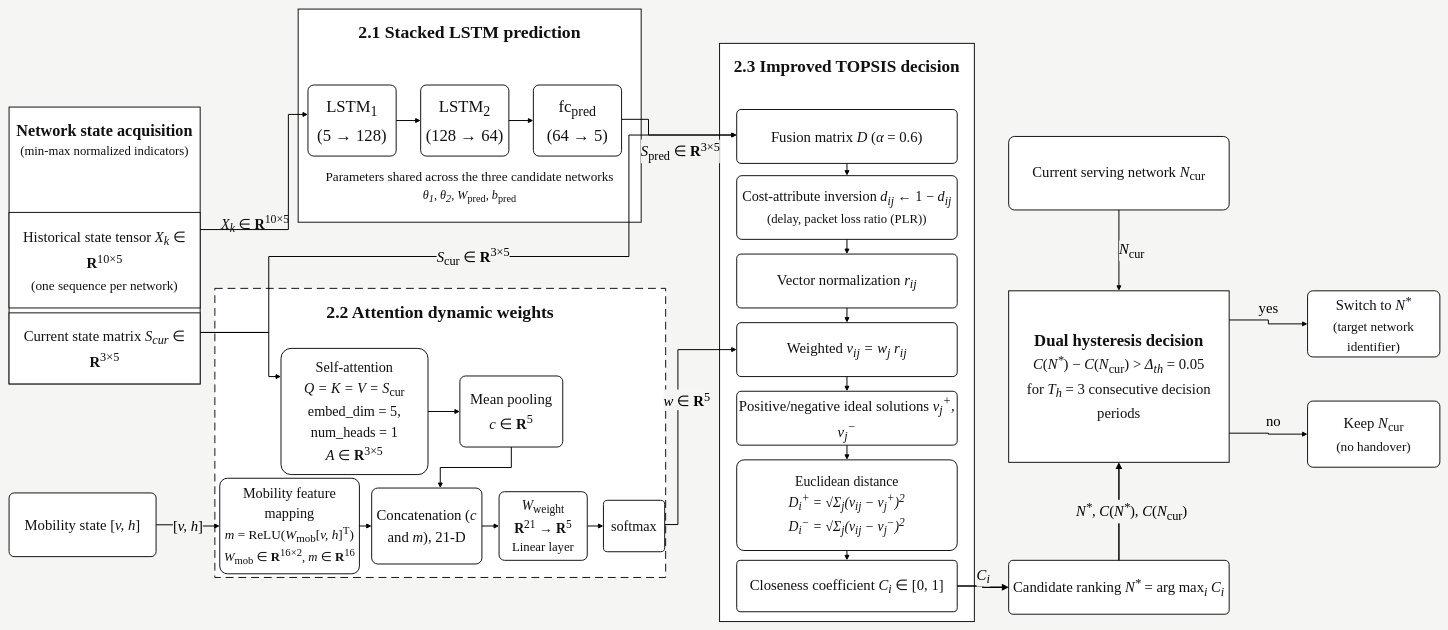
The draw.io diagram deliverables/laavha_algorithm_framework_en.drawio in chiyikouxian/LAAVHA, before the edit. Source tidied: cells renumbered, new cells numbered last; positions are measured from the earlier drawing's top-left corner, leaving out a move shared by most shapes. Both pictures are drawn from the tidied source at 49%, with x=0, y=0 at pixel (9, 9).
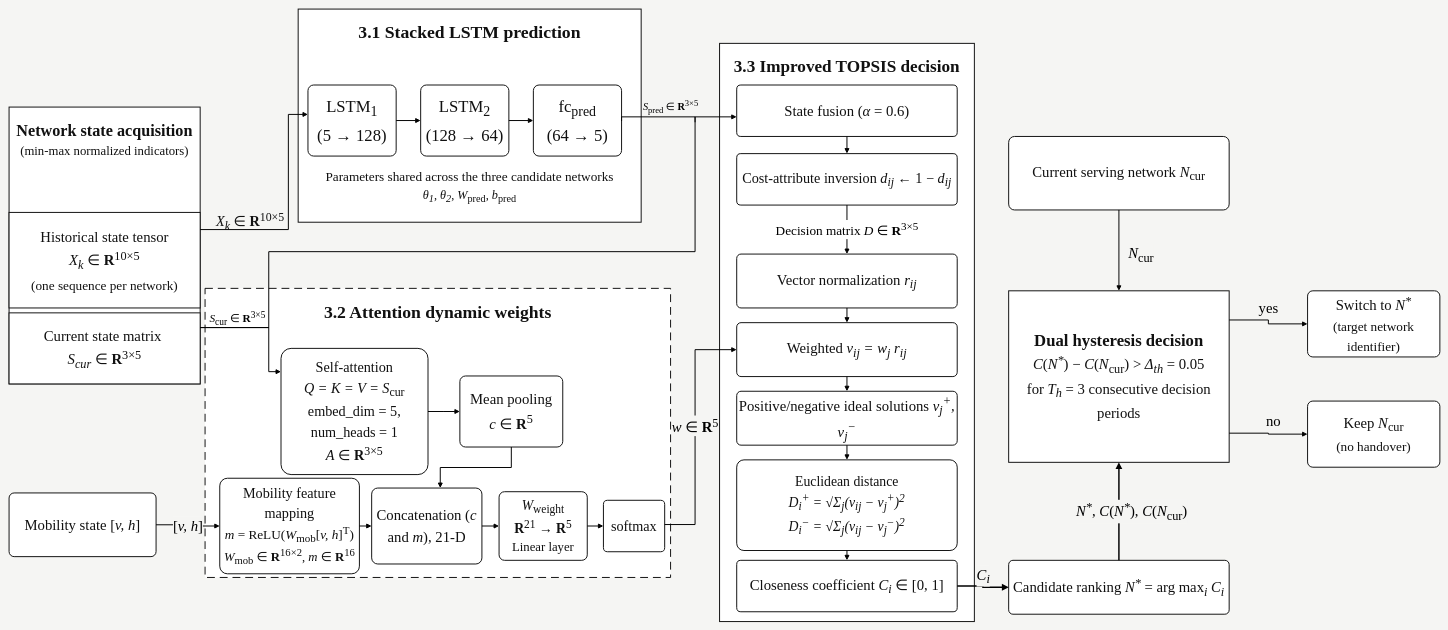
Above is the later version.

The change refers to these unchanged cells:
```xml
<mxCell id="8" value="&lt;div style=&quot;font-family:Times New Roman;font-size:34px;line-height:1.6;font-style:normal;font-weight:normal&quot;&gt;fc&lt;sub&gt;pred&lt;/sub&gt;&lt;br&gt;(64 → 5)&lt;/div&gt;" style="rounded=1;arcSize=8;whiteSpace=wrap;html=1;fillColor=#ffffff;strokeColor=#111111;strokeWidth=2;fontColor=#111111;fontFamily=Times New Roman;fontStyle=0;align=center;verticalAlign=middle;" parent="1" vertex="1">
  <mxGeometry x="1070" y="155" width="180" height="145" as="geometry" />
</mxCell>
<mxCell id="12" value="&lt;div style=&quot;font-size:29px;line-height:1.45&quot;&gt;Self-attention&lt;br&gt;&lt;i&gt;Q = K = V = S&lt;/i&gt;&lt;sub style=&quot;font-style:normal&quot;&gt;cur&lt;/sub&gt;&lt;br&gt;&lt;span style=&quot;font-style:normal&quot;&gt;embed_dim = 5, num_heads = 1&lt;/span&gt;&lt;br&gt;&lt;i&gt;A&lt;/i&gt; ∈ &lt;b&gt;R&lt;/b&gt;&lt;sup&gt;3×5&lt;/sup&gt;&lt;/div&gt;" style="rounded=1;arcSize=8;whiteSpace=wrap;html=1;fillColor=#ffffff;strokeColor=#111111;strokeWidth=2;fontColor=#111111;fontFamily=Times New Roman;align=center;verticalAlign=middle;" parent="1" vertex="1">
  <mxGeometry x="555" y="692.5" width="300" height="257.5" as="geometry" />
</mxCell>
<mxCell id="18" value="&lt;div style=&quot;font-size:29px;font-style:normal&quot;&gt;softmax&lt;/div&gt;" style="rounded=1;arcSize=8;whiteSpace=wrap;html=1;fillColor=#ffffff;strokeColor=#111111;strokeWidth=2;fontColor=#111111;fontFamily=Times New Roman;align=center;verticalAlign=middle;" parent="1" vertex="1">
  <mxGeometry x="1213" y="1002.5" width="125" height="105" as="geometry" />
</mxCell>
<mxCell id="22" value="&lt;div style=&quot;font-size:30px;line-height:1.4&quot;&gt;Vector normalization &lt;i&gt;r&lt;sub&gt;ij&lt;/sub&gt;&lt;/i&gt;&lt;/div&gt;" style="rounded=1;arcSize=8;whiteSpace=wrap;html=1;fillColor=#ffffff;strokeColor=#111111;strokeWidth=2;fontColor=#111111;fontFamily=Times New Roman;align=center;verticalAlign=middle;" parent="1" vertex="1">
  <mxGeometry x="1485" y="500" width="450" height="110" as="geometry" />
</mxCell>
<mxCell id="23" value="&lt;div style=&quot;font-size:30px;line-height:1.4&quot;&gt;Weighted &lt;i&gt;v&lt;sub&gt;ij&lt;/sub&gt; = w&lt;sub&gt;j&lt;/sub&gt; r&lt;sub&gt;ij&lt;/sub&gt;&lt;/i&gt;&lt;/div&gt;" style="rounded=1;arcSize=8;whiteSpace=wrap;html=1;fillColor=#ffffff;strokeColor=#111111;strokeWidth=2;fontColor=#111111;fontFamily=Times New Roman;align=center;verticalAlign=middle;" parent="1" vertex="1">
  <mxGeometry x="1485" y="640" width="450" height="110" as="geometry" />
</mxCell>
<mxCell id="28" value="&lt;div style=&quot;font-size:30px;line-height:1.35&quot;&gt;Current serving network &lt;i&gt;N&lt;/i&gt;&lt;sub style=&quot;font-style:normal&quot;&gt;cur&lt;/sub&gt;&lt;/div&gt;" style="rounded=1;arcSize=8;whiteSpace=wrap;html=1;fillColor=#ffffff;strokeColor=#111111;strokeWidth=2;fontColor=#111111;fontFamily=Times New Roman;align=center;verticalAlign=middle;" parent="1" vertex="1">
  <mxGeometry x="2040" y="260" width="450" height="150" as="geometry" />
</mxCell>
<mxCell id="29" value="&lt;div style=&quot;font-size:34px;line-height:1.35&quot;&gt;&lt;b&gt;Dual hysteresis decision&lt;/b&gt;&lt;br&gt;&lt;span style=&quot;font-size:30px&quot;&gt;&lt;i&gt;C&lt;/i&gt;(&lt;i&gt;N&lt;sup&gt;*&lt;/sup&gt;&lt;/i&gt;) − &lt;i&gt;C&lt;/i&gt;(&lt;i&gt;N&lt;/i&gt;&lt;sub style=&quot;font-style:normal&quot;&gt;cur&lt;/sub&gt;) &amp;gt; &lt;i&gt;Δ&lt;sub&gt;th&lt;/sub&gt;&lt;/i&gt; = 0.05&lt;br&gt;for &lt;i&gt;T&lt;sub&gt;h&lt;/sub&gt;&lt;/i&gt; = 3 consecutive decision periods&lt;/span&gt;&lt;/div&gt;" style="rounded=0;whiteSpace=wrap;html=1;fillColor=#ffffff;strokeColor=#111111;strokeWidth=2;fontColor=#111111;fontFamily=Times New Roman;align=center;verticalAlign=middle;" parent="1" vertex="1">
  <mxGeometry x="2040" y="575" width="450" height="350" as="geometry" />
</mxCell>
```

Diff of the diagram source:
```diff
@@
-    <mxCell id="3" value="&lt;div style=&quot;font-size:30px;line-height:1.45&quot;&gt;Historical state tensor &lt;i&gt;X&lt;sub&gt;k&lt;/sub&gt;&lt;/i&gt; ∈ &lt;b&gt;R&lt;/b&gt;&lt;sup&gt;10×5&lt;/sup&gt;&lt;br&gt;&lt;span style=&quot;font-size:27px&quot;&gt;(one sequence per network)&lt;/span&gt;&lt;/div&gt;" style="rounded=0;whiteSpace=wrap;html=1;fillColor=#ffffff;strokeColor=#111111;strokeWidth=2;fontColor=#111111;fontFamily=Times New Roman;align=center;verticalAlign=middle;" parent="1" vertex="1">
+    <mxCell id="3" value="&lt;div style=&quot;font-size:30px;line-height:1.45&quot;&gt;Historical state tensor&lt;/div&gt;&lt;div style=&quot;font-size:30px;line-height:1.45&quot;&gt;&lt;i style=&quot;background-color: transparent; color: light-dark(rgb(17, 17, 17), rgb(223, 223, 223));&quot;&gt;X&lt;sub&gt;k&lt;/sub&gt;&lt;/i&gt;&lt;span style=&quot;background-color: transparent; color: light-dark(rgb(17, 17, 17), rgb(223, 223, 223));&quot;&gt; ∈ &lt;/span&gt;&lt;b style=&quot;background-color: transparent; color: light-dark(rgb(17, 17, 17), rgb(223, 223, 223));&quot;&gt;R&lt;/b&gt;&lt;sup style=&quot;background-color: transparent; color: light-dark(rgb(17, 17, 17), rgb(223, 223, 223));&quot;&gt;10×5&lt;/sup&gt;&lt;/div&gt;&lt;div style=&quot;font-size:30px;line-height:1.45&quot;&gt;&lt;span style=&quot;font-size:27px&quot;&gt;(one sequence per network)&lt;/span&gt;&lt;/div&gt;" style="rounded=0;whiteSpace=wrap;html=1;fillColor=#ffffff;strokeColor=#111111;strokeWidth=2;fontColor=#111111;fontFamily=Times New Roman;align=center;verticalAlign=middle;" parent="1" vertex="1">
       <mxGeometry y="415" width="390" height="195" as="geometry" />
     </mxCell>
-    <mxCell id="4" value="&lt;div style=&quot;font-size:30px;line-height:1.4&quot;&gt;Current state matrix &lt;i&gt;S&lt;sub style=&quot;&quot;&gt;cur&lt;/sub&gt;&lt;/i&gt; ∈ &lt;b&gt;R&lt;/b&gt;&lt;sup&gt;3×5&lt;/sup&gt;&lt;/div&gt;" style="rounded=0;whiteSpace=wrap;html=1;fillColor=#ffffff;strokeColor=#111111;strokeWidth=2;fontColor=#111111;fontFamily=Times New Roman;align=center;verticalAlign=middle;" parent="1" vertex="1">
+    <mxCell id="4" value="&lt;div style=&quot;font-size:30px;line-height:1.4&quot;&gt;Current state matrix&amp;nbsp;&lt;/div&gt;&lt;div style=&quot;font-size:30px;line-height:1.4&quot;&gt;&lt;i&gt;S&lt;sub style=&quot;&quot;&gt;cur&lt;/sub&gt;&lt;/i&gt; ∈ &lt;b&gt;R&lt;/b&gt;&lt;sup&gt;3×5&lt;/sup&gt;&lt;/div&gt;" style="rounded=0;whiteSpace=wrap;html=1;fillColor=#ffffff;strokeColor=#111111;strokeWidth=2;fontColor=#111111;fontFamily=Times New Roman;align=center;verticalAlign=middle;" parent="1" vertex="1">
       <mxGeometry y="620" width="390" height="145" as="geometry" />
     </mxCell>
-    <mxCell id="5" value="&lt;div style=&quot;font-size:36px&quot;&gt;&lt;b&gt;2.1 Stacked LSTM prediction&lt;/b&gt;&lt;/div&gt;" style="rounded=0;whiteSpace=wrap;html=1;fillColor=#ffffff;strokeColor=#111111;strokeWidth=2;fontColor=#111111;fontFamily=Times New Roman;align=center;verticalAlign=top;spacingTop=20;" parent="1" vertex="1">
+    <mxCell id="5" value="&lt;div style=&quot;font-size:36px&quot;&gt;&lt;b&gt;3.1 Stacked LSTM prediction&lt;/b&gt;&lt;/div&gt;" style="rounded=0;whiteSpace=wrap;html=1;fillColor=#ffffff;strokeColor=#111111;strokeWidth=2;fontColor=#111111;fontFamily=Times New Roman;align=center;verticalAlign=top;spacingTop=20;" parent="1" vertex="1">
       <mxGeometry x="590" width="700" height="435" as="geometry" />
     </mxCell>
@@
-    <mxCell id="10" value="&lt;div style=&quot;font-size:36px&quot;&gt;&lt;b&gt;2.2 Attention dynamic weights&lt;/b&gt;&lt;/div&gt;" style="rounded=0;whiteSpace=wrap;html=1;dashed=1;dashPattern=8 5;fillColor=#ffffff;strokeColor=#111111;strokeWidth=2;fontColor=#111111;fontFamily=Times New Roman;align=center;verticalAlign=top;spacingTop=20;" parent="1" vertex="1">
-      <mxGeometry x="420" y="570" width="920" height="590" as="geometry" />
+    <mxCell id="10" value="&lt;div style=&quot;font-size:36px&quot;&gt;&lt;b&gt;3.2 Attention dynamic weights&lt;/b&gt;&lt;/div&gt;" style="rounded=0;whiteSpace=wrap;html=1;dashed=1;dashPattern=8 5;fillColor=#ffffff;strokeColor=#111111;strokeWidth=2;fontColor=#111111;fontFamily=Times New Roman;align=center;verticalAlign=top;spacingTop=20;" parent="1" vertex="1">
+      <mxGeometry x="400" y="570" width="950" height="590" as="geometry" />
     </mxCell>
@@
-    <mxCell id="19" value="&lt;div style=&quot;font-size:35px&quot;&gt;&lt;b&gt;2.3 Improved TOPSIS decision&lt;/b&gt;&lt;/div&gt;" style="rounded=0;whiteSpace=wrap;html=1;fillColor=#ffffff;strokeColor=#111111;strokeWidth=2;fontColor=#111111;fontFamily=Times New Roman;align=center;verticalAlign=top;spacingTop=20;" parent="1" vertex="1">
+    <mxCell id="19" value="&lt;div style=&quot;font-size:35px&quot;&gt;&lt;b&gt;3.3 Improved TOPSIS decision&lt;/b&gt;&lt;/div&gt;" style="rounded=0;whiteSpace=wrap;html=1;fillColor=#ffffff;strokeColor=#111111;strokeWidth=2;fontColor=#111111;fontFamily=Times New Roman;align=center;verticalAlign=top;spacingTop=20;" parent="1" vertex="1">
       <mxGeometry x="1450" y="70" width="520" height="1180" as="geometry" />
     </mxCell>
-    <mxCell id="20" value="&lt;div style=&quot;font-size:30px;line-height:1.4&quot;&gt;Fusion matrix &lt;i&gt;D&lt;/i&gt; (&lt;i&gt;α&lt;/i&gt; = 0.6)&lt;/div&gt;" style="rounded=1;arcSize=8;whiteSpace=wrap;html=1;fillColor=#ffffff;strokeColor=#111111;strokeWidth=2;fontColor=#111111;fontFamily=Times New Roman;align=center;verticalAlign=middle;" parent="1" vertex="1">
-      <mxGeometry x="1485" y="205" width="450" height="110" as="geometry" />
+    <mxCell id="20" value="&lt;div style=&quot;font-size:30px;line-height:1.4&quot;&gt;State fusion (&lt;i&gt;α&lt;/i&gt; = 0.6)&lt;/div&gt;" style="rounded=1;arcSize=8;whiteSpace=wrap;html=1;fillColor=#ffffff;strokeColor=#111111;strokeWidth=2;fontColor=#111111;fontFamily=Times New Roman;align=center;verticalAlign=middle;" parent="1" vertex="1">
+      <mxGeometry x="1485" y="155" width="450" height="105" as="geometry" />
     </mxCell>
-    <mxCell id="21" value="&lt;div style=&quot;font-size:29px;line-height:1.35&quot;&gt;Cost-attribute inversion &lt;i&gt;d&lt;sub&gt;ij&lt;/sub&gt;&lt;/i&gt; ← 1 − &lt;i&gt;d&lt;sub&gt;ij&lt;/sub&gt;&lt;/i&gt;&lt;br&gt;&lt;span style=&quot;font-size:26px&quot;&gt;(delay, packet loss ratio (PLR))&lt;/span&gt;&lt;/div&gt;" style="rounded=1;arcSize=8;whiteSpace=wrap;html=1;fillColor=#ffffff;strokeColor=#111111;strokeWidth=2;fontColor=#111111;fontFamily=Times New Roman;align=center;verticalAlign=middle;" parent="1" vertex="1">
-      <mxGeometry x="1485" y="340" width="450" height="130" as="geometry" />
+    <mxCell id="21" value="&lt;div style=&quot;font-size:29px;line-height:1.35&quot;&gt;Cost-attribute inversion &lt;i&gt;d&lt;sub&gt;ij&lt;/sub&gt;&lt;/i&gt; ← 1 − &lt;i&gt;d&lt;sub&gt;ij&lt;/sub&gt;&lt;/i&gt;&lt;br&gt;&lt;/div&gt;" style="rounded=1;arcSize=8;whiteSpace=wrap;html=1;fillColor=#ffffff;strokeColor=#111111;strokeWidth=2;fontColor=#111111;fontFamily=Times New Roman;align=center;verticalAlign=middle;" parent="1" vertex="1">
+      <mxGeometry x="1485" y="295" width="450" height="105" as="geometry" />
     </mxCell>
@@
-    <mxCell id="35" value="&lt;i&gt;S&lt;/i&gt;&lt;sub style=&quot;font-style:normal&quot;&gt;pred&lt;/sub&gt; ∈ &lt;b&gt;R&lt;/b&gt;&lt;sup&gt;3×5&lt;/sup&gt;" style="edgeStyle=orthogonalEdgeStyle;rounded=0;html=1;endArrow=block;endFill=1;strokeWidth=2;fontSize=30;fontFamily=Times New Roman;labelBackgroundColor=#f5f5f3;" parent="1" edge="1" source="8" target="20">
-      <mxGeometry x="0.14" y="-33" relative="1" as="geometry">
-        <Array as="points">
-          <mxPoint x="1305" y="225" />
-          <mxPoint x="1305" y="257" />
-        </Array>
-      </mxGeometry>
-    </mxCell>
-    <mxCell id="36" style="edgeStyle=orthogonalEdgeStyle;rounded=0;html=1;endArrow=block;endFill=1;strokeWidth=2;fontSize=30;fontFamily=Times New Roman;labelBackgroundColor=#f5f5f3;" parent="1" edge="1" source="4" target="12">
+    <mxCell id="36" style="edgeStyle=orthogonalEdgeStyle;rounded=0;html=1;endArrow=block;endFill=1;strokeWidth=2;fontSize=30;fontFamily=Times New Roman;labelBackgroundColor=#f5f5f3;" parent="1" edge="1">
       <mxGeometry x="-0.21" y="-15" relative="1" as="geometry">
+        <mxPoint x="390" y="650" as="sourcePoint" />
+        <mxPoint x="555" y="740" as="targetPoint" />
         <Array as="points">
-          <mxPoint x="530" y="660" />
-          <mxPoint x="530" y="750" />
+          <mxPoint x="530" y="650" />
+          <mxPoint x="530" y="740" />
         </Array>
       </mxGeometry>
     </mxCell>
-    <mxCell id="37" value="&lt;i&gt;S&lt;/i&gt;&lt;sub style=&quot;font-style:normal&quot;&gt;cur&lt;/sub&gt; ∈ &lt;b&gt;R&lt;/b&gt;&lt;sup&gt;3×5&lt;/sup&gt;" style="edgeStyle=orthogonalEdgeStyle;rounded=0;html=1;endArrow=block;endFill=1;strokeWidth=2;fontSize=30;fontFamily=Times New Roman;labelBackgroundColor=#f5f5f3;" parent="1" edge="1" source="4" target="20">
-      <mxGeometry x="-0.05" relative="1" as="geometry">
+    <mxCell id="37" value="&lt;i&gt;S&lt;/i&gt;&lt;sub style=&quot;font-style:normal&quot;&gt;cur&lt;/sub&gt; ∈ &lt;b&gt;R&lt;/b&gt;&lt;sup&gt;3×5&lt;/sup&gt;" style="edgeStyle=orthogonalEdgeStyle;rounded=0;html=1;endArrow=block;endFill=1;strokeWidth=2;fontSize=23;fontFamily=Times New Roman;labelBackgroundColor=light-dark(#ffffff, #1a1a18);startSize=4;labelBorderColor=none;textShadow=0;" parent="1" edge="1">
+      <mxGeometry x="-0.9" y="20" relative="1" as="geometry">
+        <mxPoint x="390" y="650" as="sourcePoint" />
+        <mxPoint x="1485" y="220" as="targetPoint" />
         <Array as="points">
-          <mxPoint x="530" y="660" />
-          <mxPoint x="530" y="505" />
-          <mxPoint x="1265" y="505" />
-          <mxPoint x="1265" y="257.1" />
+          <mxPoint x="530" y="650" />
+          <mxPoint x="530" y="495.1" />
+          <mxPoint x="1400" y="495.1" />
+          <mxPoint x="1400" y="220" />
         </Array>
       </mxGeometry>
     </mxCell>
@@
     <mxCell id="44" value="&lt;i&gt;w&lt;/i&gt; ∈ &lt;b&gt;R&lt;/b&gt;&lt;sup&gt;5&lt;/sup&gt;" style="edgeStyle=orthogonalEdgeStyle;rounded=0;html=1;endArrow=block;endFill=1;strokeWidth=2;fontSize=30;fontFamily=Times New Roman;labelBackgroundColor=#f5f5f3;" parent="1" edge="1" source="18" target="23">
-      <mxGeometry x="0.12" y="-18" relative="1" as="geometry">
+      <mxGeometry x="0.05" relative="1" as="geometry">
         <Array as="points">
-          <mxPoint x="1365" y="1052" />
-          <mxPoint x="1365" y="695" />
+          <mxPoint x="1400" y="1052" />
+          <mxPoint x="1400" y="695.1" />
         </Array>
+        <mxPoint y="1" as="offset" />
       </mxGeometry>
     </mxCell>
@@
-    <mxCell id="46" style="edgeStyle=orthogonalEdgeStyle;rounded=0;html=1;endArrow=block;endFill=1;strokeWidth=2;" parent="1" edge="1" source="21" target="22">
+    <mxCell id="46" value="Decision matrix &lt;i&gt;D&lt;/i&gt; ∈ &lt;b&gt;R&lt;/b&gt;&lt;sup&gt;3×5&lt;/sup&gt;" style="edgeStyle=orthogonalEdgeStyle;rounded=0;html=1;endArrow=block;endFill=1;strokeWidth=2;fontSize=27;fontFamily=Times New Roman;labelBackgroundColor=#FFFFFF;" parent="1" edge="1" source="21" target="22">
       <mxGeometry relative="1" as="geometry" />
     </mxCell>
@@
     <mxCell id="52" value="&lt;div style=&quot;font-size:29px&quot;&gt;&lt;i&gt;X&lt;sub&gt;k&lt;/sub&gt;&lt;/i&gt; ∈ &lt;b&gt;R&lt;/b&gt;&lt;sup&gt;10×5&lt;/sup&gt;&lt;/div&gt;" style="text;whiteSpace=wrap;html=1;fillColor=none;strokeColor=none;fontColor=#111111;fontFamily=Times New Roman;align=center;verticalAlign=middle;" parent="1" vertex="1">
-      <mxGeometry x="430" y="415" width="145" height="45" as="geometry" />
+      <mxGeometry x="420" y="410" width="145" height="45" as="geometry" />
     </mxCell>
@@
     <mxCell id="54" value="&lt;i&gt;N&lt;/i&gt;&lt;sub style=&quot;font-style:normal&quot;&gt;cur&lt;/sub&gt;" style="edgeStyle=orthogonalEdgeStyle;rounded=0;html=1;exitX=0.5;exitY=1;exitPerimeter=1;entryX=0.5;entryY=0;entryPerimeter=1;endArrow=block;endFill=1;strokeWidth=2;fontSize=30;fontFamily=Times New Roman;labelBackgroundColor=#f5f5f3;" parent="1" edge="1" source="28" target="29">
-      <mxGeometry relative="1" as="geometry">
-        <mxPoint x="26" as="offset" />
+      <mxGeometry x="0.09" y="45" relative="1" as="geometry">
+        <mxPoint y="1" as="offset" />
       </mxGeometry>
     </mxCell>
@@
+    <mxCell id="35" value="&lt;i&gt;S&lt;/i&gt;&lt;sub style=&quot;font-style:normal&quot;&gt;pred&lt;/sub&gt; ∈ &lt;b&gt;R&lt;/b&gt;&lt;sup&gt;3×5&lt;/sup&gt;" style="edgeStyle=orthogonalEdgeStyle;rounded=0;html=1;endArrow=none;endFill=0;strokeWidth=2;endSize=6;fontSize=21;fontFamily=Times New Roman;labelBackgroundColor=#f5f5f3;" parent="1" edge="1">
+      <mxGeometry x="0.28" y="20" relative="1" as="geometry">
+        <mxPoint x="1250" y="228.4" as="sourcePoint" />
+        <mxPoint x="1400" y="231" as="targetPoint" />
+        <Array as="points">
+          <mxPoint x="1250" y="220" />
+          <mxPoint x="1400" y="220" />
+        </Array>
+      </mxGeometry>
+    </mxCell>
+    <mxCell id="57" style="edgeStyle=orthogonalEdgeStyle;rounded=0;orthogonalLoop=1;jettySize=auto;html=1;innerLoopWaypoints=1;exitX=0.5;exitY=1;exitDx=0;exitDy=0;" parent="1" edge="1" source="21" target="21">
+      <mxGeometry relative="1" as="geometry" />
+    </mxCell>
```
